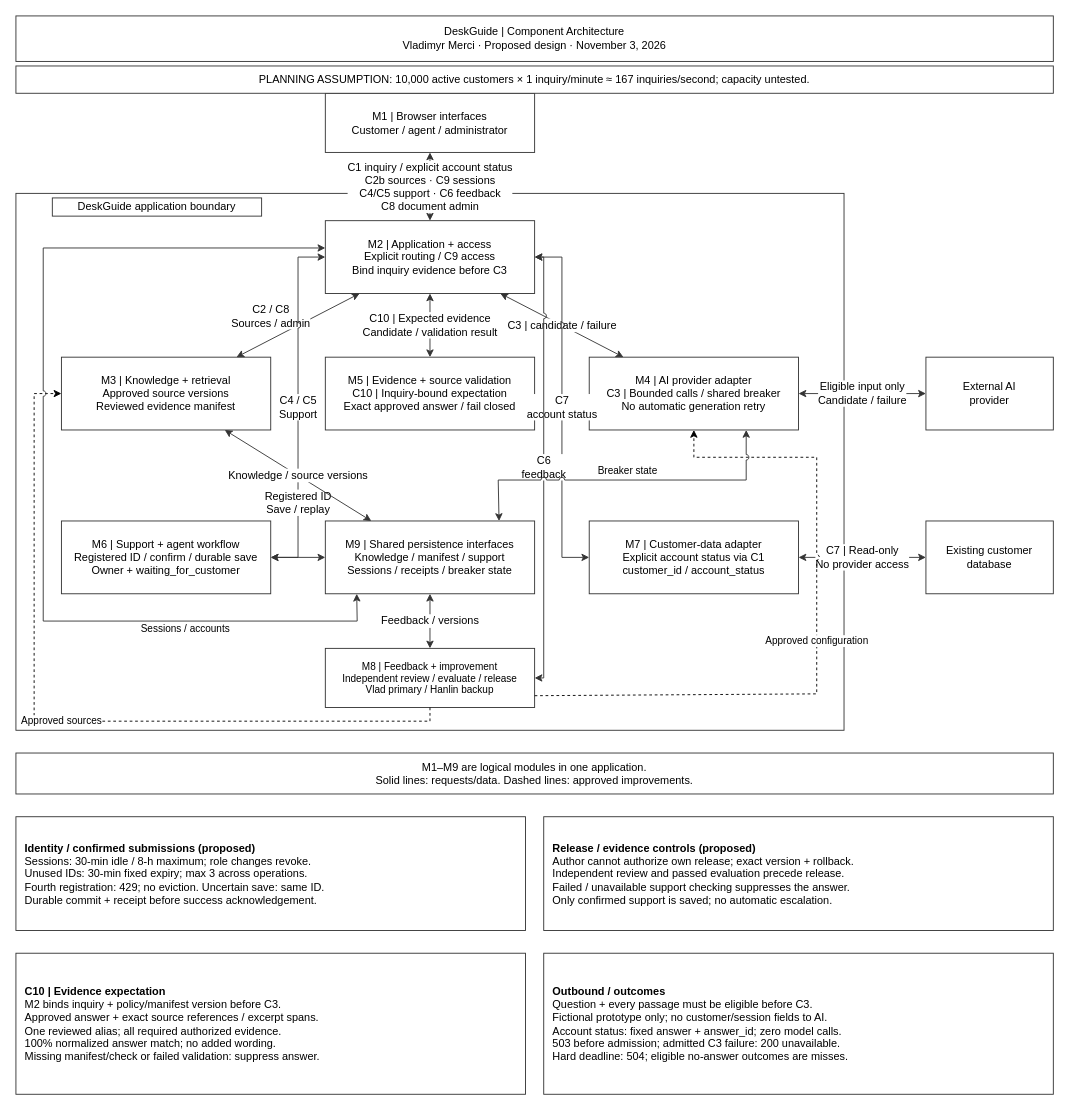
vlad8110/deskguide keeps this draw.io diagram as page "Component architecture" (1 of 2) of docs/unit-3/architecture-first-draft/deskguide-unit-3-architecture.drawio. Above is the earlier version. Source tidied: cells renumbered, new cells numbered last; positions are measured from the earlier drawing's top-left corner, leaving out a move shared by most shapes. Both pictures are drawn from the tidied source at 91%, with x=0, y=0 at pixel (15, 15).
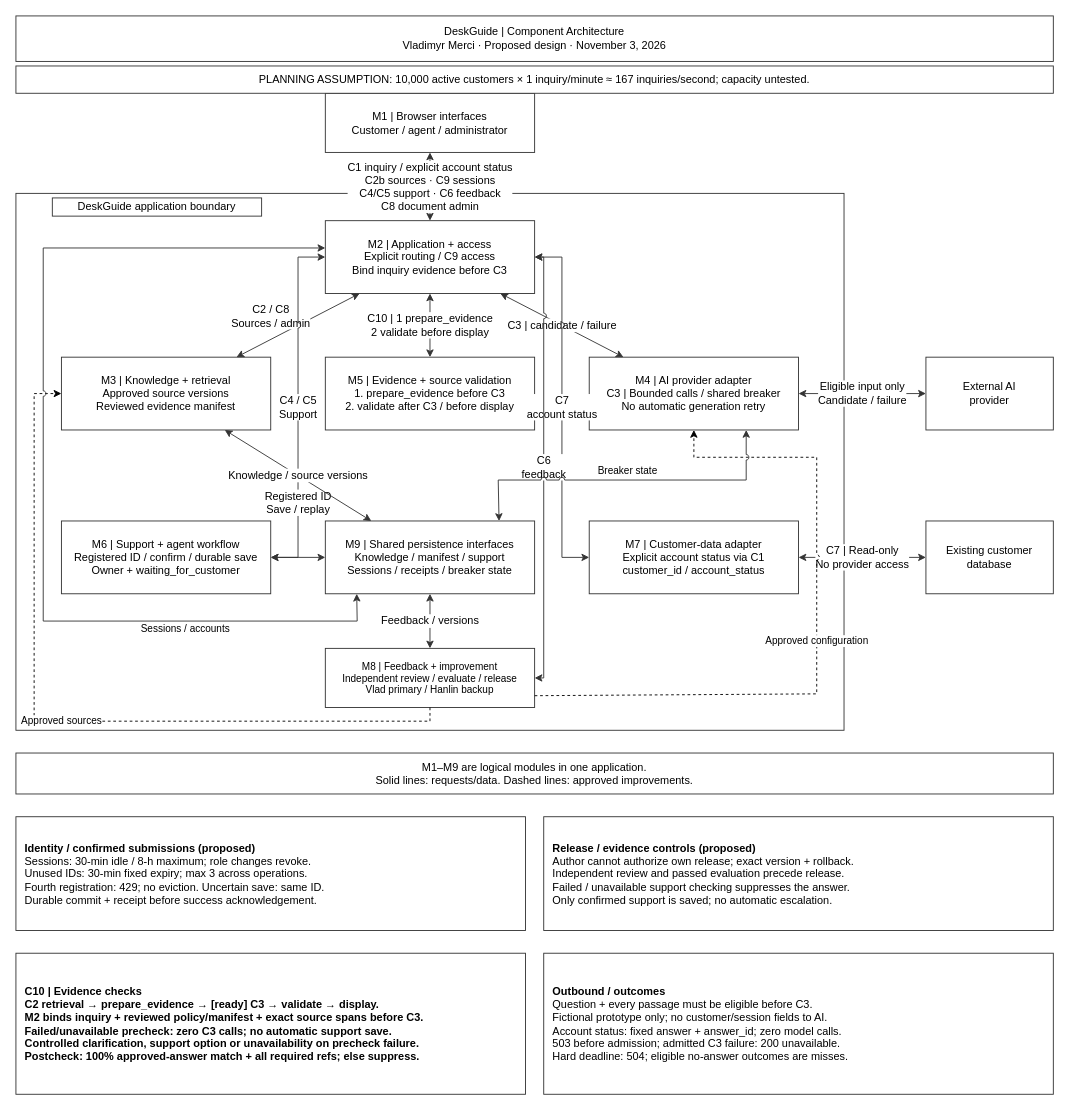
Above is the later version.

The change refers to these unchanged cells:
```xml
<mxCell id="3" value="M2 | Application + access&lt;br&gt;Explicit routing / C9 access&lt;br&gt;Bind inquiry evidence before C3" style="rounded=0;whiteSpace=wrap;html=1;rotation=0;fontFamily=Arial;fontSize=12;fontColor=#000000;strokeColor=#333333;" parent="1" vertex="1">
  <mxGeometry x="340" y="225" width="230" height="80" as="geometry" />
</mxCell>
```

The edit, as a diff of the source:
```diff
@@
-    <mxCell id="7" value="M5 | Evidence + source validation&lt;br&gt;C10 | Inquiry-bound expectation&lt;br&gt;Exact approved answer / fail closed" style="rounded=0;whiteSpace=wrap;html=1;rotation=0;fontFamily=Arial;fontSize=12;fontColor=#000000;strokeColor=#333333;" parent="1" vertex="1">
+    <mxCell id="7" value="M5 | Evidence + source validation&lt;br&gt;1. prepare_evidence before C3&lt;br&gt;2. validate after C3 / before display" style="rounded=0;whiteSpace=wrap;html=1;rotation=0;fontFamily=Arial;fontSize=12;fontColor=#000000;strokeColor=#333333;" parent="1" vertex="1">
       <mxGeometry x="340" y="375" width="230" height="80" as="geometry" />
     </mxCell>
@@
-    <mxCell id="20" value="C10 | Expected evidence&lt;br&gt;Candidate / validation result" style="endArrow=classic;startArrow=classic;html=1;rounded=0;fontFamily=Arial;fontSize=12;fontColor=#000000;strokeColor=#333333;labelBackgroundColor=#FFFFFF;jumpStyle=arc;jumpSize=6;" parent="1" edge="1" source="3" target="7">
+    <mxCell id="20" value="C10 | 1 prepare_evidence&lt;br&gt;2 validate before display" style="endArrow=classic;startArrow=classic;html=1;rounded=0;fontFamily=Arial;fontSize=12;fontColor=#000000;strokeColor=#333333;labelBackgroundColor=#FFFFFF;jumpStyle=arc;jumpSize=6;" parent="1" edge="1" source="3" target="7">
       <mxGeometry relative="1" as="geometry" />
     </mxCell>
@@
-    <mxCell id="36" value="&lt;b&gt;C10 | Evidence expectation&lt;/b&gt;&lt;br&gt;M2 binds inquiry + policy/manifest version before C3.&lt;br&gt;Approved answer + exact source references / excerpt spans.&lt;br&gt;One reviewed alias; all required authorized evidence.&lt;br&gt;100% normalized answer match; no added wording.&lt;br&gt;Missing manifest/check or failed validation: suppress answer." style="rounded=0;whiteSpace=wrap;html=1;fontFamily=Arial;fontSize=12;fontColor=#000000;strokeColor=#333333;fillColor=#FFFFFF;align=left;verticalAlign=middle;spacing=10;" parent="1" vertex="1">
+    <mxCell id="36" value="&lt;b&gt;C10 | Evidence checks&lt;br&gt;C2 retrieval → prepare_evidence → [ready] C3 → validate → display.&lt;br&gt;M2 binds inquiry + reviewed policy/manifest + exact source spans before C3.&lt;br&gt;Failed/unavailable precheck: zero C3 calls; no automatic support save.&lt;br&gt;Controlled clarification, support option or unavailability on precheck failure.&lt;br&gt;Postcheck: 100% approved-answer match + all required refs; else suppress.&lt;/b&gt;" style="rounded=0;whiteSpace=wrap;html=1;fontFamily=Arial;fontSize=12;fontColor=#000000;strokeColor=#333333;fillColor=#FFFFFF;align=left;verticalAlign=middle;spacing=10;" parent="1" vertex="1">
       <mxGeometry y="1030" width="560" height="155" as="geometry" />
     </mxCell>
```
